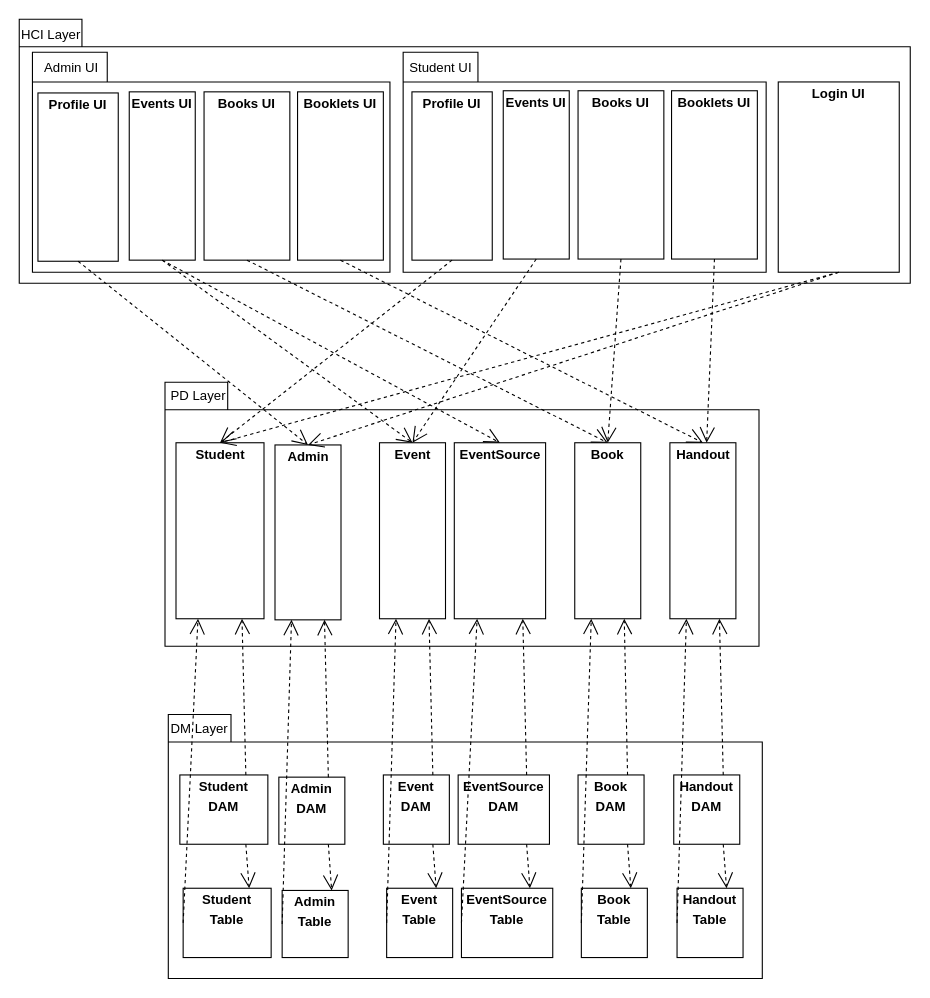
The draw.io diagram Package Diagram.drawio in m-bassiri/HamyarApp, before the edit. Source tidied: cells renumbered, new cells numbered last; positions are measured from the earlier drawing's top-left corner, leaving out a move shared by most shapes. Both pictures are drawn from the tidied source at 110%, with x=0, y=0 at pixel (19, 19).
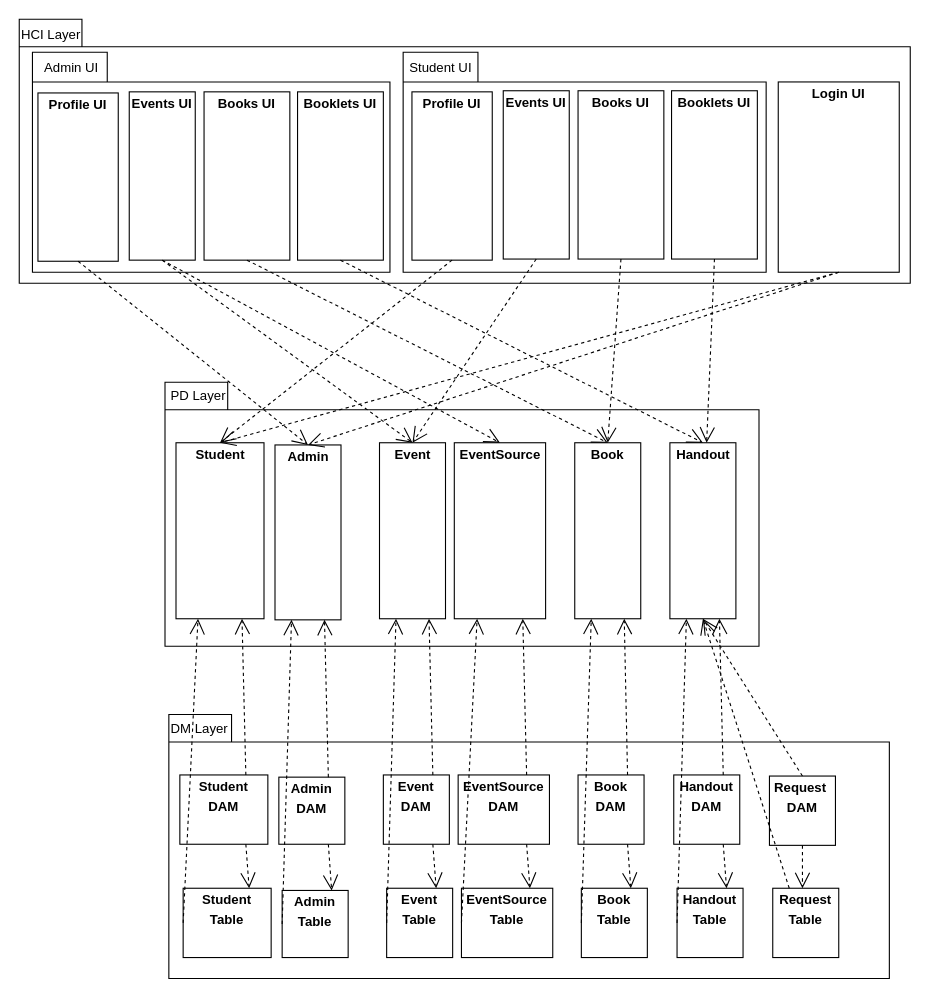
The same page after the edit.

Unchanged cells that the change refers to:
```xml
<mxCell id="24" value="&lt;p style=&quot;margin: 0px ; margin-top: 4px ; text-align: center&quot;&gt;&lt;b&gt;Handout&lt;/b&gt;&lt;/p&gt;" style="verticalAlign=top;align=left;overflow=fill;fontSize=12;fontFamily=Helvetica;html=1;" parent="1" vertex="1">
  <mxGeometry x="591.5" y="385" width="60" height="160" as="geometry" />
</mxCell>
```

Change to the diagram source:
```diff
@@
     <mxCell id="25" style="shape=folder;fontStyle=1;spacingTop=10;tabWidth=57;tabHeight=25;tabPosition=left;html=1;" parent="1" vertex="1">
-      <mxGeometry x="135.5" y="632" width="540" height="240" as="geometry" />
+      <mxGeometry x="136" y="632" width="655" height="240" as="geometry" />
     </mxCell>
@@
+    <mxCell id="68" value="&lt;p style=&quot;margin: 0px ; margin-top: 4px ; text-align: center&quot;&gt;&lt;b&gt;Request&amp;nbsp;&lt;/b&gt;&lt;/p&gt;&lt;p style=&quot;margin: 0px ; margin-top: 4px ; text-align: center&quot;&gt;&lt;b&gt;DAM&lt;/b&gt;&lt;/p&gt;" style="verticalAlign=top;align=left;overflow=fill;fontSize=12;fontFamily=Helvetica;html=1;" parent="1" vertex="1">
+      <mxGeometry x="682" y="688" width="60" height="63" as="geometry" />
+    </mxCell>
+    <mxCell id="69" value="&lt;p style=&quot;margin: 0px ; margin-top: 4px ; text-align: center&quot;&gt;&lt;b&gt;Request&lt;/b&gt;&lt;/p&gt;&lt;p style=&quot;margin: 0px ; margin-top: 4px ; text-align: center&quot;&gt;&lt;b&gt;Table&lt;/b&gt;&lt;/p&gt;" style="verticalAlign=top;align=left;overflow=fill;fontSize=12;fontFamily=Helvetica;html=1;" parent="1" vertex="1">
+      <mxGeometry x="685" y="790" width="60" height="63" as="geometry" />
+    </mxCell>
+    <mxCell id="70" style="endArrow=open;endSize=12;dashed=1;html=1;exitX=0.5;exitY=0;exitDx=0;exitDy=0;entryX=0.5;entryY=1;entryDx=0;entryDy=0;" parent="1" edge="1" source="68" target="24">
+      <mxGeometry relative="1" as="geometry" />
+    </mxCell>
+    <mxCell id="71" style="endArrow=open;endSize=12;dashed=1;html=1;exitX=0.5;exitY=1;exitDx=0;exitDy=0;" parent="1" edge="1" source="68">
+      <mxGeometry relative="1" as="geometry">
+        <mxPoint x="712" y="790" as="targetPoint" />
+      </mxGeometry>
+    </mxCell>
+    <mxCell id="72" value="&lt;br&gt;&lt;br&gt;" style="endArrow=open;endSize=12;dashed=1;html=1;exitX=0.25;exitY=0;exitDx=0;exitDy=0;entryX=0.5;entryY=1;entryDx=0;entryDy=0;" parent="1" edge="1" source="69" target="24">
+      <mxGeometry relative="1" as="geometry" />
+    </mxCell>
```
